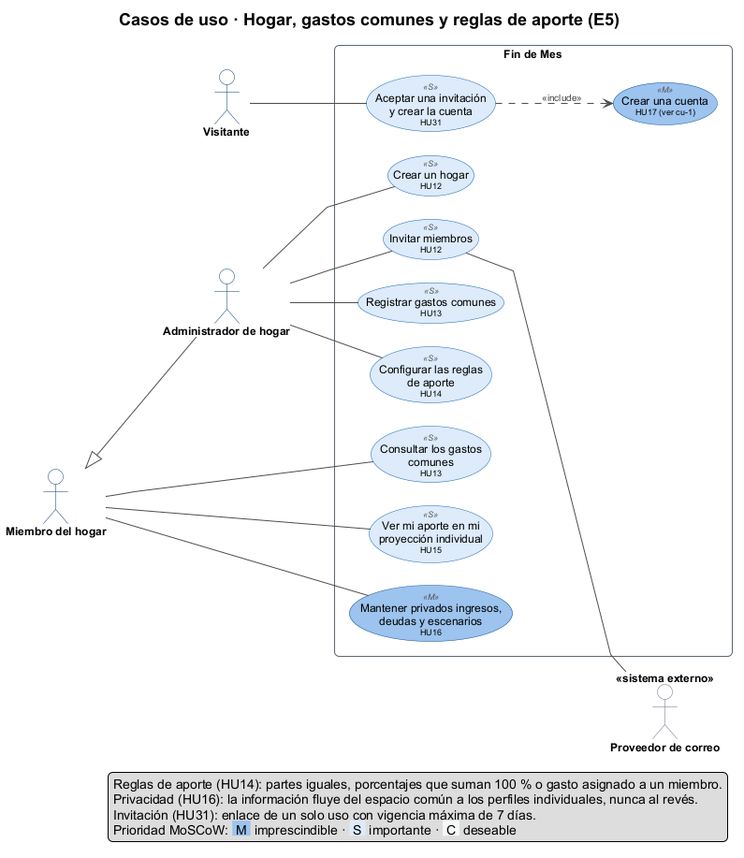
Before: docs/diagrams/use-cases/cu-3-hogar.png, a diagram exported from PlantUML (offlnr/findemes).
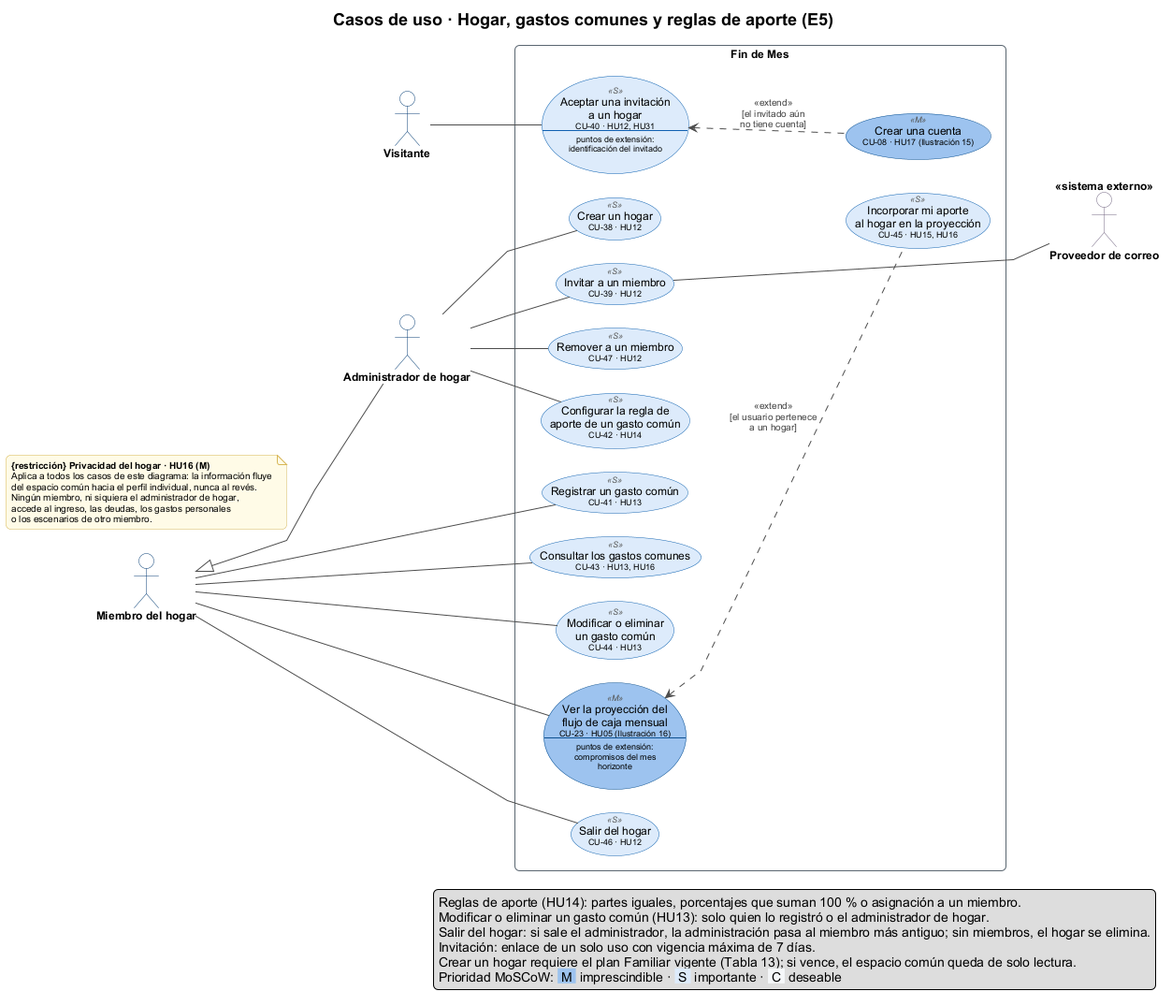
Later version of the same file.

What changed in the source:
```diff
@@ -3,41 +3,60 @@
 title Casos de uso · Hogar, gastos comunes y reglas de aporte (E5)
 left to right direction
 
+actor "Administrador de hogar" as AH
 actor "Visitante" as V
 actor "Miembro del hogar" as M
-actor "Administrador de hogar" as AH
-actor "Proveedor de correo" <<sistema externo>> as MAIL
 
 M <|-- AH
 
 rectangle "Fin de Mes" {
-  usecase "Crear un hogar\n<size:9>HU12</size>" as HU12 <<S>>
-  usecase "Invitar miembros\n<size:9>HU12</size>" as INV <<S>>
-  usecase "Registrar gastos comunes\n<size:9>HU13</size>" as HU13 <<S>>
-  usecase "Configurar las reglas\nde aporte\n<size:9>HU14</size>" as HU14 <<S>>
-  usecase "Consultar los gastos\ncomunes\n<size:9>HU13</size>" as HU13C <<S>>
-  usecase "Ver mi aporte en mi\nproyección individual\n<size:9>HU15</size>" as HU15 <<S>>
-  usecase "Mantener privados ingresos,\ndeudas y escenarios\n<size:9>HU16</size>" as HU16 <<M>>
-  usecase "Aceptar una invitación\ny crear la cuenta\n<size:9>HU31</size>" as HU31 <<S>>
-  usecase "Crear una cuenta\n<size:9>HU17 (ver cu-1)</size>" as HU17 <<M>>
+  usecase "Crear un hogar\n<size:9>CU-38 · HU12</size>" as CREATE <<S>>
+  usecase "Invitar a un miembro\n<size:9>CU-39 · HU12</size>" as INVITE <<S>>
+  usecase "Remover a un miembro\n<size:9>CU-47 · HU12</size>" as REMOVE <<S>>
+  usecase "Configurar la regla de\naporte de un gasto común\n<size:9>CU-42 · HU14</size>" as RULE <<S>>
+
+  usecase "Aceptar una invitación\na un hogar\n<size:9>CU-40 · HU12, HU31</size>\n--\n<size:9>puntos de extensión:</size>\n<size:9>identificación del invitado</size>" as ACCEPT <<S>>
+  usecase "Crear una cuenta\n<size:9>CU-08 · HU17 (Ilustración 15)</size>" as HU17 <<M>>
+
+  usecase "Registrar un gasto común\n<size:9>CU-41 · HU13</size>" as ADDEXP <<S>>
+  usecase "Consultar los gastos comunes\n<size:9>CU-43 · HU13, HU16</size>" as LISTEXP <<S>>
+  usecase "Modificar o eliminar\nun gasto común\n<size:9>CU-44 · HU13</size>" as EDITEXP <<S>>
+  usecase "Ver la proyección del\nflujo de caja mensual\n<size:9>CU-23 · HU05 (Ilustración 16)</size>\n--\n<size:9>puntos de extensión:</size>\n<size:9>compromisos del mes</size>\n<size:9>horizonte</size>" as HU05 <<M>>
+  usecase "Salir del hogar\n<size:9>CU-46 · HU12</size>" as LEAVE <<S>>
+  usecase "Incorporar mi aporte\nal hogar en la proyección\n<size:9>CU-45 · HU15, HU16</size>" as SHARE <<S>>
 }
 
-AH -- HU12
-AH -- INV
-AH -- HU13
-AH -- HU14
-M -- HU13C
-M -- HU15
-M -- HU16
-V -- HU31
+actor "Proveedor de correo" <<sistema externo>> as MAIL
 
-HU31 ..> HU17 : <<include>>
-INV -- MAIL
+AH -- CREATE
+AH -- INVITE
+AH -- REMOVE
+AH -- RULE
+
+
+V -- ACCEPT
+
+M -- ADDEXP
+M -- LISTEXP
+M -- EDITEXP
+M -- HU05
+M -- LEAVE
+
+ACCEPT <.. HU17 : <<extend>>\n[el invitado aún\nno tiene cuenta]
+HU05 <.. SHARE : <<extend>>\n[el usuario pertenece\na un hogar]
+
+INVITE -- MAIL
+HU17 -[hidden]- MAIL
+SHARE -[hidden]- MAIL
+
+note "<b>{restricción} Privacidad del hogar · HU16 (M)</b>\nAplica a todos los casos de este diagrama: la información fluye\ndel espacio común hacia el perfil individual, nunca al revés.\nNingún miembro, ni siquiera el administrador de hogar,\naccede al ingreso, las deudas, los gastos personales\no los escenarios de otro miembro." as PRIV
 
 legend right
-  Reglas de aporte (HU14): partes iguales, porcentajes que suman 100 % o gasto asignado a un miembro.
-  Privacidad (HU16): la información fluye del espacio común a los perfiles individuales, nunca al revés.
-  Invitación (HU31): enlace de un solo uso con vigencia máxima de 7 días.
+  Reglas de aporte (HU14): partes iguales, porcentajes que suman 100 % o asignación a un miembro.
+  Modificar o eliminar un gasto común (HU13): solo quien lo registró o el administrador de hogar.
+  Salir del hogar: si sale el administrador, la administración pasa al miembro más antiguo; sin miembros, el hogar se elimina.
+  Invitación: enlace de un solo uso con vigencia máxima de 7 días.
+  Crear un hogar requiere el plan Familiar vigente (Tabla 13); si vence, el espacio común queda de solo lectura.
   Prioridad MoSCoW: <back:#9CC3EE> M </back> imprescindible · <back:#DCEBFA> S </back> importante · <back:#F4F6F8> C </back> deseable
 end legend
 @enduml
```
